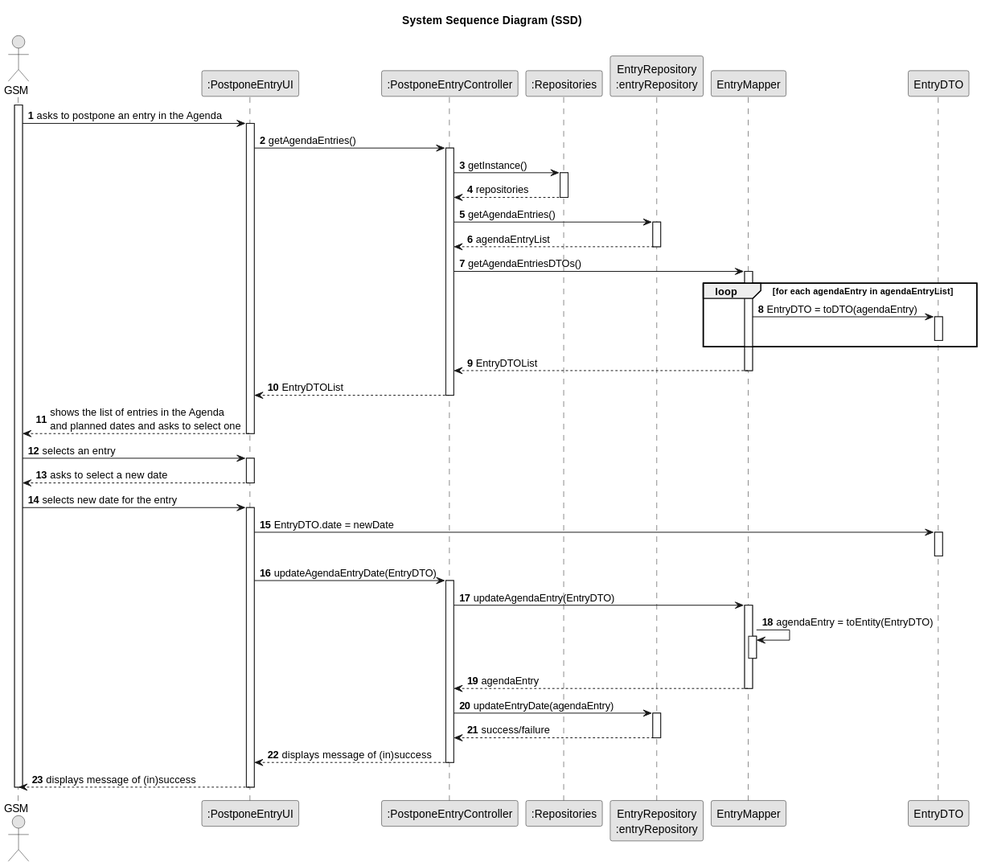
Before: docs/sprintC/us024/03.design/svg/us024-sequence-diagram-System_Sequence_Diagram__SSD_.svg, a diagram exported from PlantUML (RicardoMorim/lapr2-ISEP-Project).
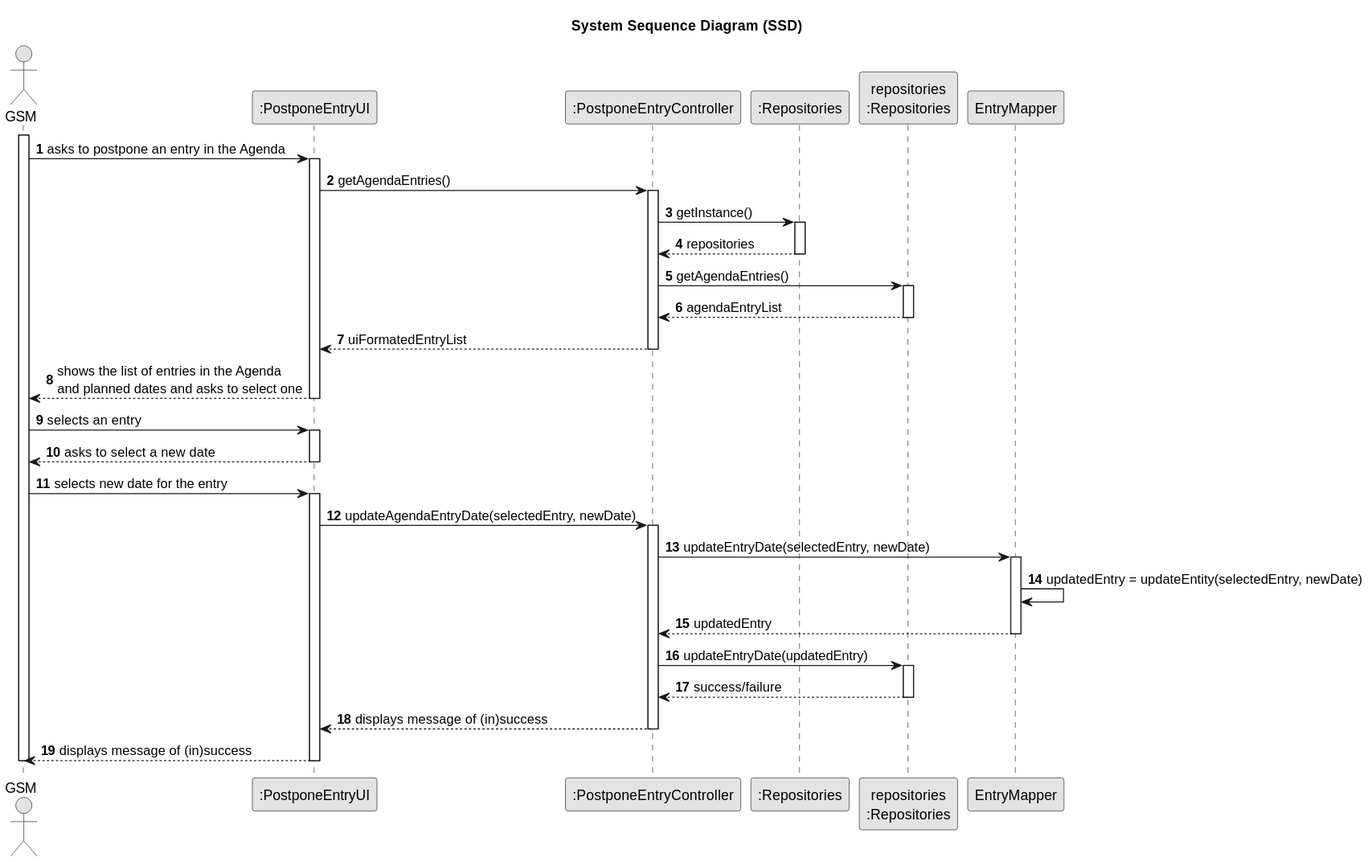
The same diagram one commit later.

Commit message:
updated us024 on the design sequence diagram

Change to the diagram source:
```diff
@@ -11,9 +11,8 @@
 participant ":PostponeEntryUI" as UI
 participant ":PostponeEntryController" as CTRL
 participant ":Repositories" as RepositorySingleton
-participant "EntryRepository\n:entryRepository" as AgendaRepo
-participant "EntryMapper"
-participant "EntryDTO"
+participant "repositories\n:Repositories" as AgendaRepo
+
 activate Employee
 
     Employee -> UI : asks to postpone an entry in the Agenda
@@ -34,20 +33,9 @@
                 AgendaRepo --> CTRL : agendaEntryList
             deactivate AgendaRepo
 
-            CTRL -> "EntryMapper" : getAgendaEntriesDTOs()
-            activate "EntryMapper"
 
-            loop for each agendaEntry in agendaEntryList
-                "EntryMapper" -> "EntryDTO" : EntryDTO = toDTO(agendaEntry)
-                activate "EntryDTO"
 
-                deactivate "EntryDTO"
-            end
-
-            "EntryMapper" --> CTRL : EntryDTOList
-            deactivate "EntryMapper"
-
-            CTRL --> UI : EntryDTOList
+            CTRL --> UI : uiFormatedEntryList
         deactivate CTRL
 
         UI --> Employee : shows the list of entries in the Agenda\nand planned dates and asks to select one
@@ -62,23 +50,19 @@
     Employee -> UI : selects new date for the entry
     activate UI
 
-        UI -> "EntryDTO" : EntryDTO.date = newDate
-        activate "EntryDTO"
-        deactivate "EntryDTO"
-
-        UI -> CTRL : updateAgendaEntryDate(EntryDTO)
+        UI -> CTRL : updateAgendaEntryDate(selectedEntry, newDate)
         activate CTRL
 
-            CTRL -> "EntryMapper" : updateAgendaEntry(EntryDTO)
+            CTRL -> "EntryMapper" : updateEntryDate(selectedEntry, newDate)
             activate "EntryMapper"
 
-                "EntryMapper" -> "EntryMapper" : agendaEntry = toEntity(EntryDTO)
-                activate "EntryMapper"
-                deactivate
-            "EntryMapper" --> CTRL : agendaEntry
+                "EntryMapper" -> "EntryMapper" : updatedEntry = updateEntity(selectedEntry, newDate)
+
+
+            "EntryMapper" --> CTRL : updatedEntry
             deactivate "EntryMapper"
 
-            CTRL -> AgendaRepo : updateEntryDate(agendaEntry)
+            CTRL -> AgendaRepo : updateEntryDate(updatedEntry)
             activate AgendaRepo
 
                 AgendaRepo --> CTRL : success/failure
```
